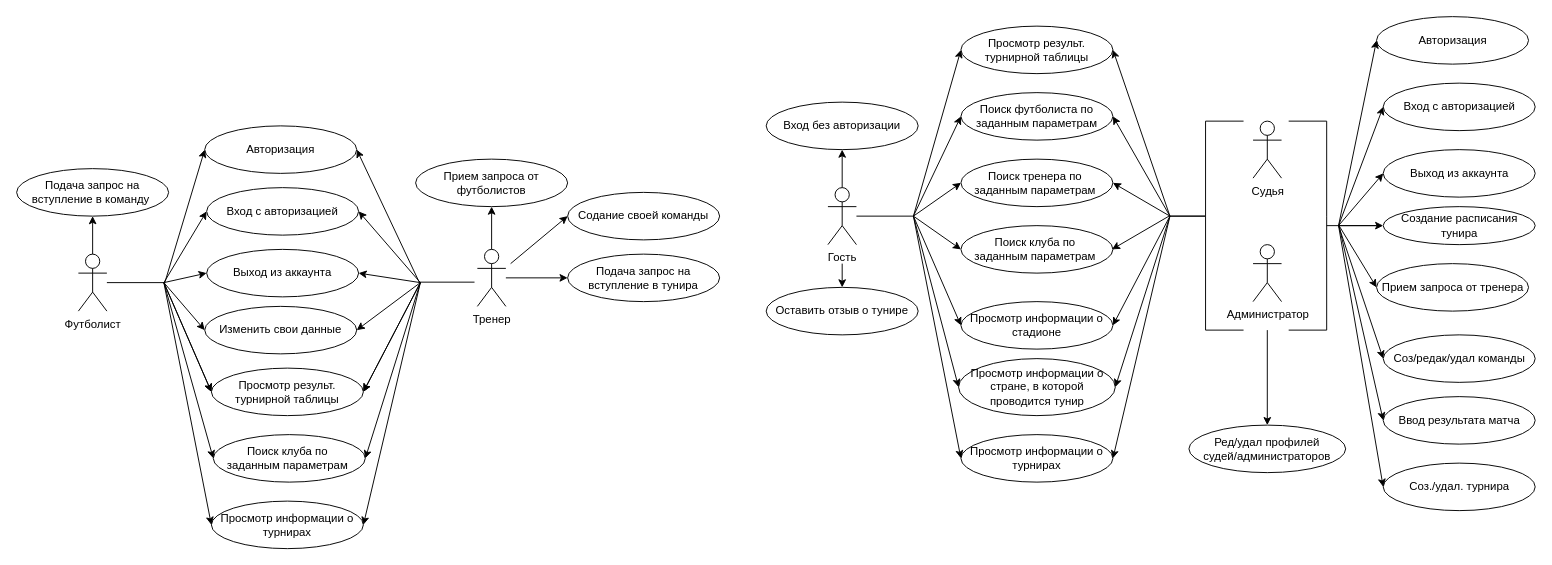
The draw.io diagram page "Use-Case" (2 of 5) of scheme/ppo.drawio in hieubichpro/6-SEM-DB-CP, before the edit. Source tidied: cells renumbered, new cells numbered last; positions are measured from the earlier drawing's top-left corner, leaving out a move shared by most shapes. Both pictures are drawn from the tidied source at 95%, with x=0, y=0 at pixel (16, 16).
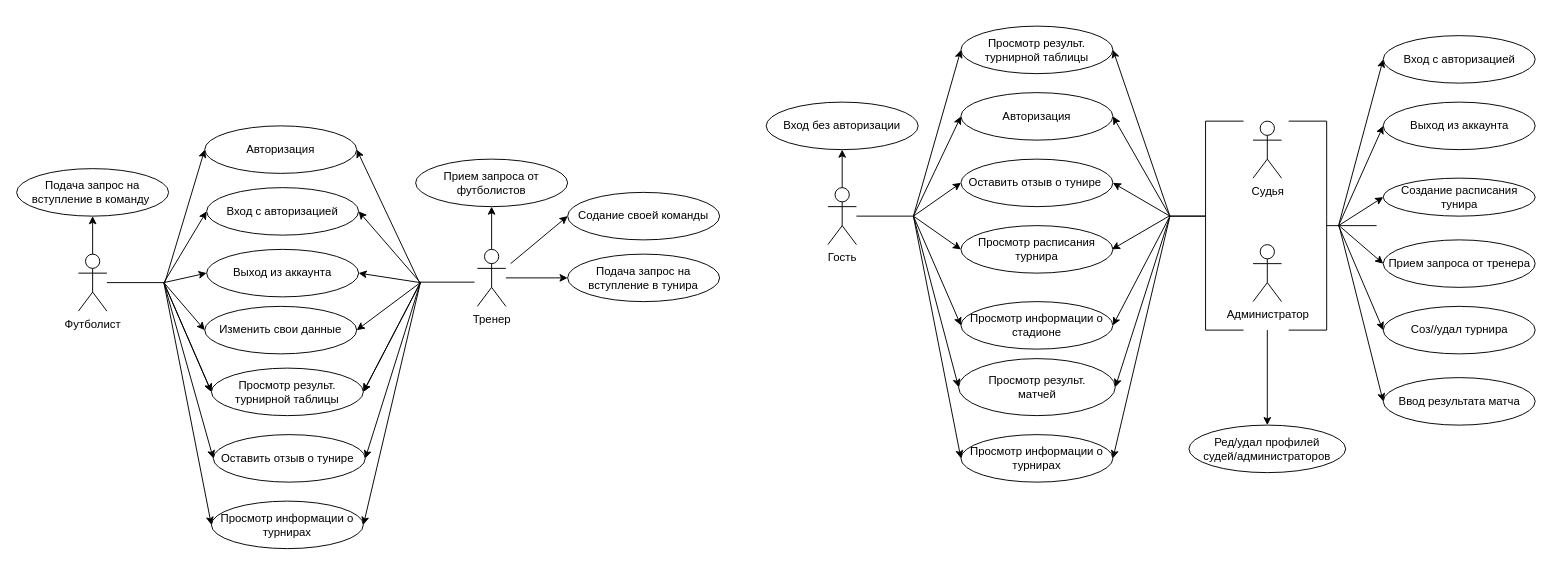
The same page after the edit.

Change to the diagram source:
```diff
@@
-    <mxCell id="5" value="Поиск футболиста по заданным параметрам" style="ellipse;whiteSpace=wrap;html=1;" parent="1" vertex="1">
+    <mxCell id="5" value="Авторизация" style="ellipse;whiteSpace=wrap;html=1;" parent="1" vertex="1">
       <mxGeometry x="994" y="80" width="160" height="50" as="geometry" />
     </mxCell>
@@
     <mxCell id="8" value="Выход из аккаунта" style="ellipse;whiteSpace=wrap;html=1;" parent="1" vertex="1">
-      <mxGeometry x="1438.5" y="140" width="160" height="50" as="geometry" />
+      <mxGeometry x="1438.5" y="90" width="160" height="50" as="geometry" />
     </mxCell>
-    <mxCell id="9" value="Просмотр информации о стране, в которой проводится тунир" style="ellipse;whiteSpace=wrap;html=1;" parent="1" vertex="1">
+    <mxCell id="9" value="Просмотр результ.&lt;div&gt;матчей&lt;/div&gt;" style="ellipse;whiteSpace=wrap;html=1;" parent="1" vertex="1">
       <mxGeometry x="991.5" y="360" width="165" height="60" as="geometry" />
     </mxCell>
@@
-    <mxCell id="11" value="Соз./удал. турнира" style="ellipse;whiteSpace=wrap;html=1;" parent="1" vertex="1">
-      <mxGeometry x="1438.5" y="470" width="160" height="50" as="geometry" />
-    </mxCell>
-    <mxCell id="12" value="Соз/редак/удал команды" style="ellipse;whiteSpace=wrap;html=1;" parent="1" vertex="1">
-      <mxGeometry x="1438.5" y="335" width="160" height="50" as="geometry" />
+    <mxCell id="12" value="Соз//удал турнира" style="ellipse;whiteSpace=wrap;html=1;" parent="1" vertex="1">
+      <mxGeometry x="1438.5" y="305" width="160" height="50" as="geometry" />
     </mxCell>
     <mxCell id="13" value="Создание расписания&lt;br&gt;тунира" style="ellipse;whiteSpace=wrap;html=1;" parent="1" vertex="1">
-      <mxGeometry x="1438.5" y="200" width="160" height="40" as="geometry" />
+      <mxGeometry x="1438.5" y="170" width="160" height="40" as="geometry" />
     </mxCell>
@@
-    <mxCell id="16" value="Авторизация" style="ellipse;whiteSpace=wrap;html=1;" parent="1" vertex="1">
-      <mxGeometry x="1431.5" width="160" height="50" as="geometry" />
-    </mxCell>
     <mxCell id="17" value="Вход с авторизацией" style="ellipse;whiteSpace=wrap;html=1;" parent="1" vertex="1">
-      <mxGeometry x="1438.5" y="70" width="160" height="50" as="geometry" />
+      <mxGeometry x="1438.5" y="20" width="160" height="50" as="geometry" />
     </mxCell>
-    <mxCell id="18" value="Поиск тренера по&amp;nbsp;&lt;br&gt;заданным параметрам&amp;nbsp;" style="ellipse;whiteSpace=wrap;html=1;" parent="1" vertex="1">
+    <mxCell id="18" value="Оставить отзыв о тунире&amp;nbsp;" style="ellipse;whiteSpace=wrap;html=1;" parent="1" vertex="1">
       <mxGeometry x="994" y="150" width="160" height="50" as="geometry" />
     </mxCell>
-    <mxCell id="19" value="Поиск клуба по&amp;nbsp;&lt;br&gt;заданным параметрам&amp;nbsp;" style="ellipse;whiteSpace=wrap;html=1;" parent="1" vertex="1">
+    <mxCell id="19" value="Просмотр расписания турнира" style="ellipse;whiteSpace=wrap;html=1;" parent="1" vertex="1">
       <mxGeometry x="994" y="220" width="160" height="50" as="geometry" />
     </mxCell>
@@
-    <mxCell id="41" style="endArrow=classic;html=1;rounded=0;entryX=0;entryY=0.5;entryDx=0;entryDy=0;" parent="1" edge="1" target="16">
-      <mxGeometry relative="1" as="geometry">
-        <mxPoint x="1391.5" y="220" as="sourcePoint" />
-      </mxGeometry>
-    </mxCell>
@@
-    <mxCell id="46" style="endArrow=classic;html=1;rounded=0;entryX=0;entryY=0.5;entryDx=0;entryDy=0;" parent="1" edge="1" target="11">
-      <mxGeometry relative="1" as="geometry">
-        <mxPoint x="1391.5" y="220" as="sourcePoint" />
-      </mxGeometry>
-    </mxCell>
@@
-    <mxCell id="54" value="Поиск клуба по&amp;nbsp;&lt;br&gt;заданным параметрам&amp;nbsp;" style="ellipse;whiteSpace=wrap;html=1;" parent="1" vertex="1">
+    <mxCell id="54" value="Оставить отзыв о тунире&amp;nbsp;" style="ellipse;whiteSpace=wrap;html=1;" parent="1" vertex="1">
       <mxGeometry x="207" y="440" width="160" height="50" as="geometry" />
     </mxCell>
@@
     <mxCell id="80" value="Прием запроса от тренера" style="ellipse;whiteSpace=wrap;html=1;" parent="1" vertex="1">
-      <mxGeometry x="1431.5" y="260" width="160" height="50" as="geometry" />
+      <mxGeometry x="1438.5" y="235" width="160" height="50" as="geometry" />
     </mxCell>
@@
     <mxCell id="82" value="Ввод результата матча" style="ellipse;whiteSpace=wrap;html=1;" parent="1" vertex="1">
-      <mxGeometry x="1438.5" y="400" width="160" height="50" as="geometry" />
+      <mxGeometry x="1438.5" y="380" width="160" height="50" as="geometry" />
     </mxCell>
@@
-    <mxCell id="84" value="Оставить отзыв о тунире" style="ellipse;whiteSpace=wrap;html=1;" parent="1" vertex="1">
-      <mxGeometry x="789" y="285" width="160" height="50" as="geometry" />
-    </mxCell>
-    <mxCell id="85" style="endArrow=classic;html=1;rounded=0;entryX=0.5;entryY=0;entryDx=0;entryDy=0;" parent="1" edge="1" target="84">
-      <mxGeometry relative="1" as="geometry">
-        <mxPoint x="869" y="260" as="sourcePoint" />
-      </mxGeometry>
-    </mxCell>
@@
+    <mxCell id="88" style="edgeStyle=orthogonalEdgeStyle;rounded=0;orthogonalLoop=1;jettySize=auto;html=1;exitX=0.5;exitY=1;exitDx=0;exitDy=0;" parent="1" edge="1" source="13" target="13">
+      <mxGeometry relative="1" as="geometry" />
+    </mxCell>
```
